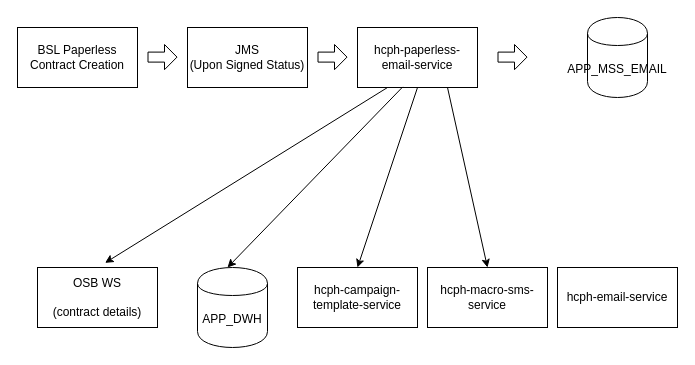
JoemarieTeodoro/drawdotio keeps this draw.io diagram as Paperless process.drawio. Above is the earlier version. Source tidied: cells renumbered, new cells numbered last; positions are measured from the earlier drawing's top-left corner, leaving out a move shared by most shapes. Both pictures are drawn from the tidied source at 100%, with x=0, y=0 at pixel (17, 17).
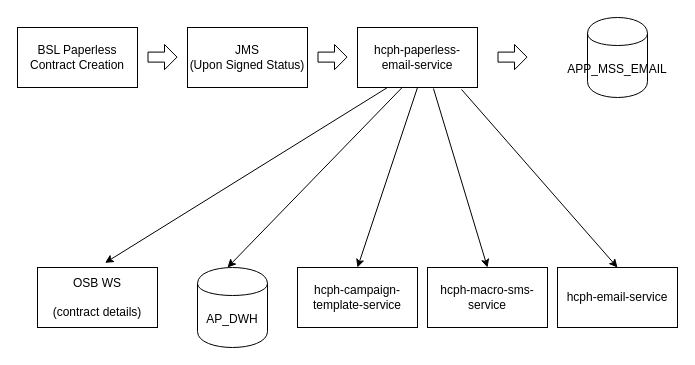
After the change.

The change refers to these unchanged cells:
```xml
<mxCell id="4" value="hcph-paperless-email-service" style="rounded=0;whiteSpace=wrap;html=1;" parent="1" vertex="1">
  <mxGeometry x="340" y="10" width="120" height="60" as="geometry" />
</mxCell>
<mxCell id="5" value="hcph-macro-sms-service" style="rounded=0;whiteSpace=wrap;html=1;" parent="1" vertex="1">
  <mxGeometry x="410" y="250" width="120" height="60" as="geometry" />
</mxCell>
<mxCell id="16" value="&lt;span&gt;hcph-email-service&lt;/span&gt;" style="rounded=0;whiteSpace=wrap;html=1;" parent="1" vertex="1">
  <mxGeometry x="540" y="250" width="120" height="60" as="geometry" />
</mxCell>
```

What changed in the source:
```diff
@@
-    <mxCell id="9" style="endArrow=classic;html=1;exitX=0.75;exitY=1;exitDx=0;exitDy=0;entryX=0.5;entryY=0;entryDx=0;entryDy=0;" parent="1" edge="1" source="4" target="5">
+    <mxCell id="9" style="endArrow=classic;html=1;exitX=0.633;exitY=1.017;exitDx=0;exitDy=0;entryX=0.5;entryY=0;entryDx=0;entryDy=0;exitPerimeter=0;" parent="1" edge="1" source="4" target="5">
       <mxGeometry relative="1" as="geometry" />
     </mxCell>
@@
-    <mxCell id="17" value="APP_DWH" style="shape=cylinder;whiteSpace=wrap;html=1;boundedLbl=1;backgroundOutline=1;" parent="1" vertex="1">
+    <mxCell id="17" value="AP_DWH" style="shape=cylinder;whiteSpace=wrap;html=1;boundedLbl=1;backgroundOutline=1;" parent="1" vertex="1">
       <mxGeometry x="180" y="250" width="70" height="80" as="geometry" />
     </mxCell>
+    <mxCell id="18" style="endArrow=classic;html=1;exitX=0.867;exitY=1.033;exitDx=0;exitDy=0;entryX=0.5;entryY=0;entryDx=0;entryDy=0;exitPerimeter=0;" parent="1" edge="1" source="4" target="16">
+      <mxGeometry relative="1" as="geometry" />
+    </mxCell>
```
